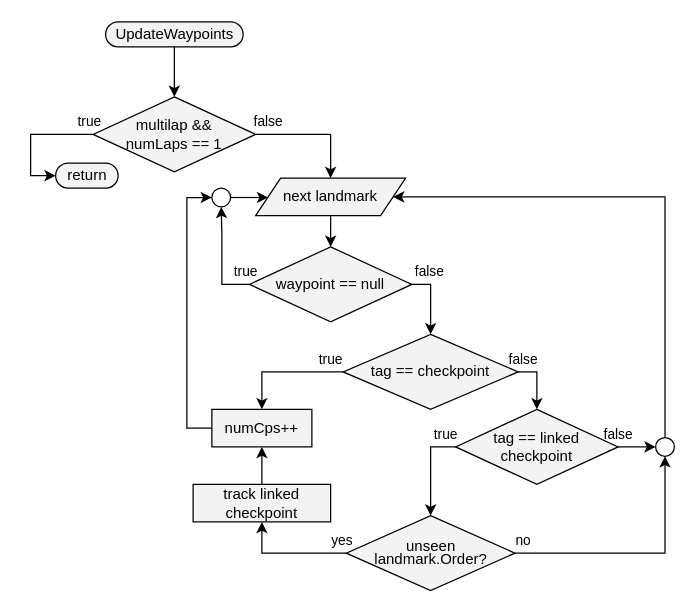
Above: page "UpdateWaypoints" (2 of 2) of diagrams/drawio/flow_charts.drawio in nolanvargas/Weekly-Grand-Splits (draw.io), before the change. Source tidied: cells renumbered, new cells numbered last; positions are measured from the earlier drawing's top-left corner, leaving out a move shared by most shapes. Both pictures are drawn from the tidied source at 125%, with x=0, y=0 at pixel (55, 21).
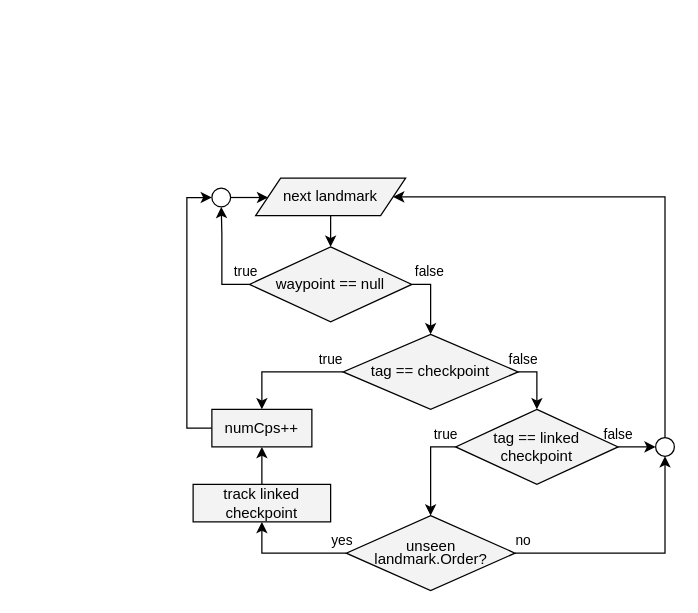
The same diagram, later.

The change refers to these unchanged cells:
```xml
<mxCell id="9" value="next landmark" style="shape=parallelogram;perimeter=parallelogramPerimeter;whiteSpace=wrap;html=1;fixedSize=1;fillColor=#F3F3F3;spacingLeft=10;spacingRight=10;" parent="1" vertex="1">
  <mxGeometry x="160" y="125" width="120" height="30" as="geometry" />
</mxCell>
```

Diff of the diagram source:
```diff
@@
-    <mxCell id="2" style="edgeStyle=orthogonalEdgeStyle;rounded=0;jettySize=auto;html=1;entryX=0.5;entryY=0;entryDx=0;entryDy=0;" parent="1" edge="1" source="3" target="6">
-      <mxGeometry relative="1" as="geometry" />
-    </mxCell>
-    <mxCell id="3" value="UpdateWaypoints" style="html=1;dashed=0;whitespace=wrap;shape=mxgraph.dfd.start;fillColor=#F3F3F3;" parent="1" vertex="1">
-      <mxGeometry x="40" width="110" height="20" as="geometry" />
-    </mxCell>
-    <mxCell id="4" value="true" style="edgeStyle=orthogonalEdgeStyle;rounded=0;jettySize=auto;html=1;entryX=0;entryY=0.5;entryDx=0;entryDy=0;entryPerimeter=0;exitX=0;exitY=0.5;exitDx=0;exitDy=0;" parent="1" edge="1" source="6" target="7">
-      <mxGeometry x="-0.94" y="-10" relative="1" as="geometry" />
-    </mxCell>
-    <mxCell id="5" value="false" style="edgeStyle=orthogonalEdgeStyle;rounded=0;jettySize=auto;html=1;exitX=1;exitY=0.5;exitDx=0;exitDy=0;" parent="1" edge="1" source="6" target="9">
-      <mxGeometry x="-0.79" y="10" relative="1" as="geometry" />
-    </mxCell>
-    <mxCell id="6" value="multilap &amp;amp;&amp;amp; numLaps == 1" style="rhombus;whiteSpace=wrap;html=1;fillColor=#F3F3F3;spacingLeft=18;spacingRight=18;" parent="1" vertex="1">
-      <mxGeometry x="30" y="60" width="130" height="60" as="geometry" />
-    </mxCell>
-    <mxCell id="7" value="return" style="html=1;dashed=0;whitespace=wrap;shape=mxgraph.dfd.start;fillColor=#F3F3F3;" parent="1" vertex="1">
-      <mxGeometry y="113" width="50" height="20" as="geometry" />
-    </mxCell>
```
